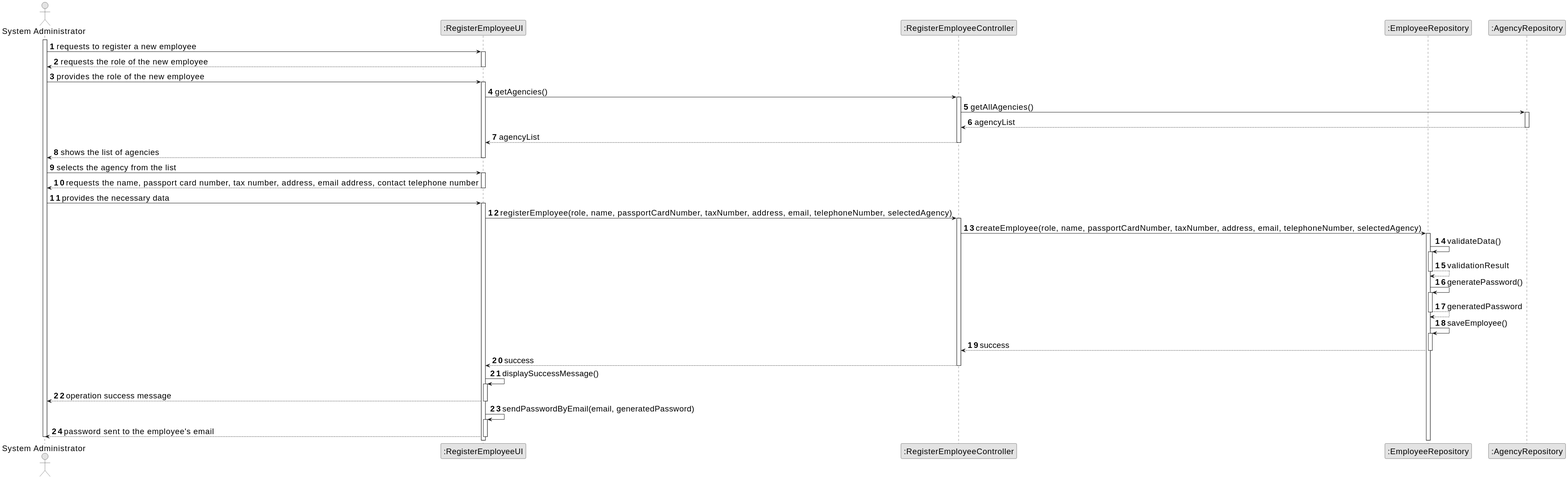
Goncalves2525/real-estate-management-system keeps this PlantUML diagram as docs/sprintB/us003/03.design/svg/us003-sequence-diagram-full.svg. Above is the earlier version.
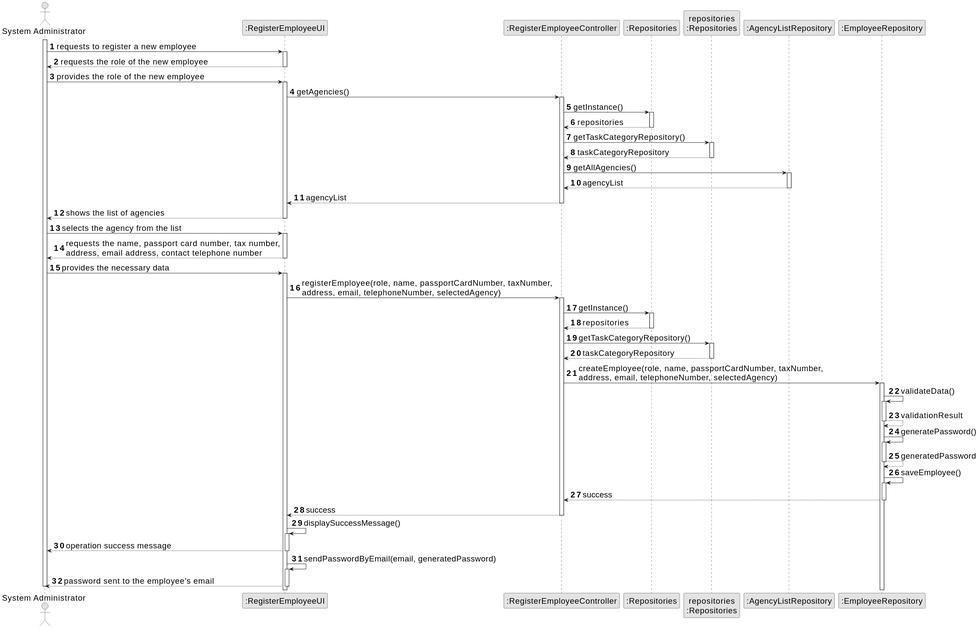
The same file after the commit.

What changed in the source:
```diff
@@ -9,8 +9,10 @@
 actor "System Administrator" as sysAdmin
 participant ":RegisterEmployeeUI" as UI
 participant ":RegisterEmployeeController" as CTRL
+participant ":Repositories" as RepositorySingleton
+participant "repositories\n:Repositories" as PLAT
+participant ":AgencyListRepository" as AgencyRepo
 participant ":EmployeeRepository" as EmployeeRepo
-participant ":AgencyRepository" as AgencyRepo
 
 activate sysAdmin
 
@@ -25,6 +27,18 @@
 
 UI -> CTRL : getAgencies()
 activate CTRL
+
+CTRL -> RepositorySingleton : getInstance()
+activate RepositorySingleton
+
+RepositorySingleton --> CTRL: repositories
+deactivate RepositorySingleton
+
+CTRL -> PLAT : getTaskCategoryRepository()
+activate PLAT
+
+PLAT --> CTRL: taskCategoryRepository
+deactivate PLAT
 
 CTRL -> AgencyRepo : getAllAgencies()
 activate AgencyRepo
@@ -41,16 +55,28 @@
 sysAdmin -> UI : selects the agency from the list
 activate UI
 
-UI --> sysAdmin : requests the name, passport card number, tax number, address, email address, contact telephone number
+UI --> sysAdmin : requests the name, passport card number, tax number,\naddress, email address, contact telephone number
 deactivate UI
 
 sysAdmin -> UI : provides the necessary data
 activate UI
 
-UI -> CTRL : registerEmployee(role, name, passportCardNumber, taxNumber, address, email, telephoneNumber, selectedAgency)
+UI -> CTRL : registerEmployee(role, name, passportCardNumber, taxNumber, \naddress, email, telephoneNumber, selectedAgency)
 activate CTRL
 
-CTRL -> EmployeeRepo : createEmployee(role, name, passportCardNumber, taxNumber, address, email, telephoneNumber, selectedAgency)
+CTRL -> RepositorySingleton : getInstance()
+activate RepositorySingleton
+
+RepositorySingleton --> CTRL: repositories
+deactivate RepositorySingleton
+
+CTRL -> PLAT : getTaskCategoryRepository()
+activate PLAT
+
+PLAT --> CTRL: taskCategoryRepository
+deactivate PLAT
+
+CTRL -> EmployeeRepo : createEmployee(role, name, passportCardNumber, taxNumber, \naddress, email, telephoneNumber, selectedAgency)
 activate EmployeeRepo
 
 EmployeeRepo -> EmployeeRepo : validateData()
```
